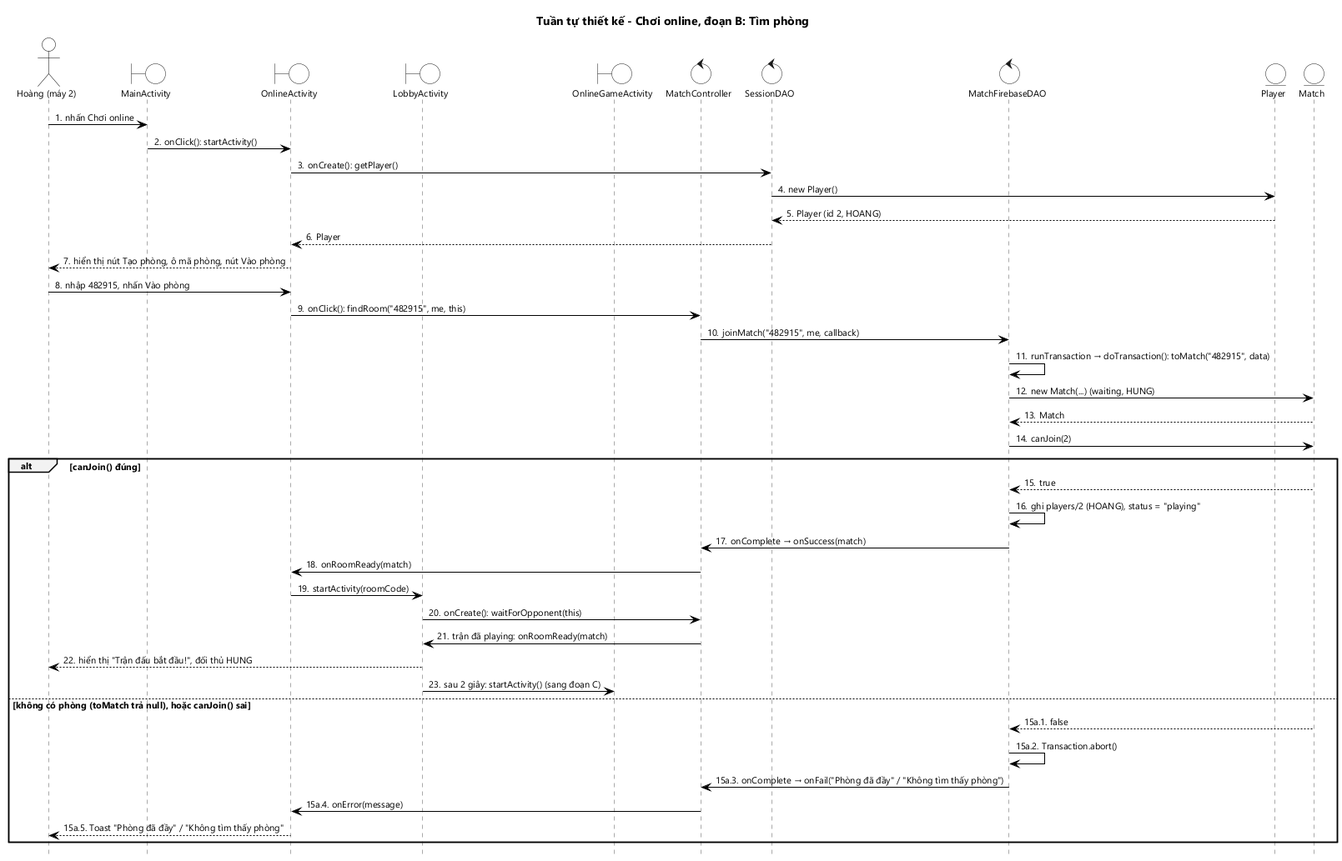
This is docs/hung/tuan-tu-thiet-ke-uc05b.png from HungNguyenBa1811/math-dash, a PlantUML export, as it was before one commit.
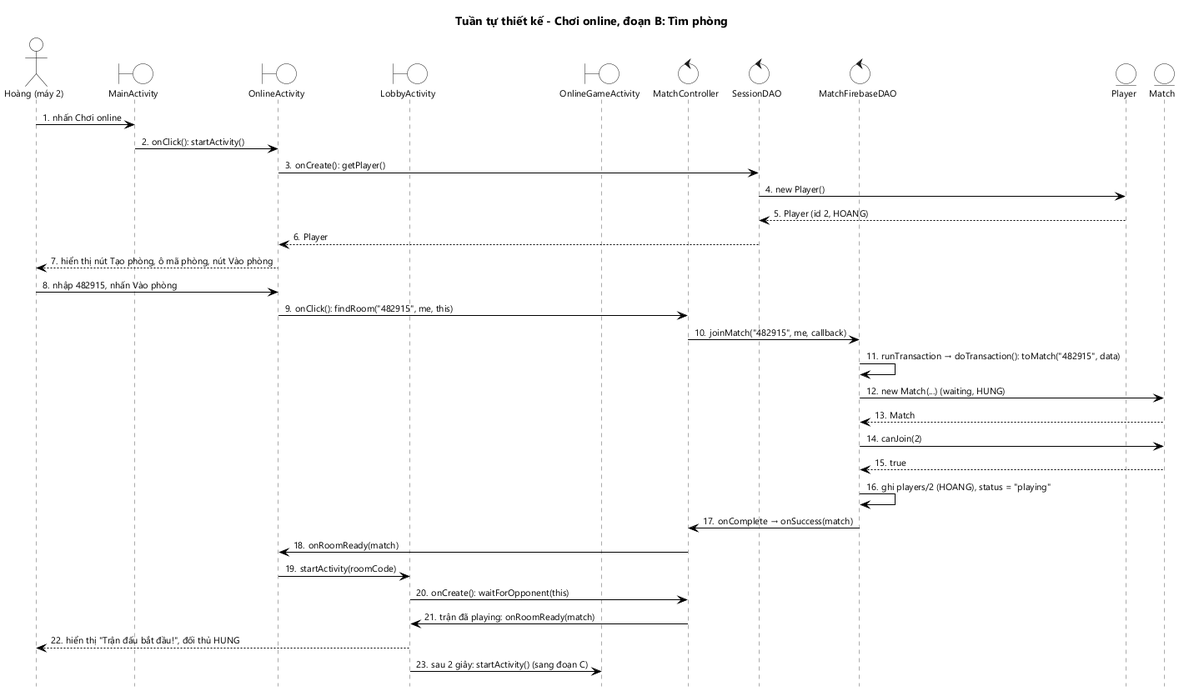
The same diagram one commit later.

The edit, as a diff of the source:
```diff
@@ -27,23 +27,13 @@
 MFD -> M : new Match(...) (waiting, HUNG)
 M --> MFD : Match
 MFD -> M : canJoin(2)
-alt canJoin() đúng
-  M --> MFD : true
-  MFD -> MFD : ghi players/2 (HOANG), status = "playing"
-  MFD -> MC : onComplete → onSuccess(match)
-  MC -> OA : onRoomReady(match)
-  OA -> LA : startActivity(roomCode)
-  LA -> MC : onCreate(): waitForOpponent(this)
-  MC -> LA : trận đã playing: onRoomReady(match)
-  LA --> U : hiển thị "Trận đấu bắt đầu!", đối thủ HUNG
-  LA -> GA : sau 2 giây: startActivity() (sang đoạn C)
-else không có phòng (toMatch trả null), hoặc canJoin() sai
-  autonumber stop
-  M --> MFD : 15a.1. false
-  MFD -> MFD : 15a.2. Transaction.abort()
-  MFD -> MC : 15a.3. onComplete → onFail("Phòng đã đầy" / "Không tìm thấy phòng")
-  MC -> OA : 15a.4. onError(message)
-  OA --> U : 15a.5. Toast "Phòng đã đầy" / "Không tìm thấy phòng"
-  autonumber resume
-end
+M --> MFD : true
+MFD -> MFD : ghi players/2 (HOANG), status = "playing"
+MFD -> MC : onComplete → onSuccess(match)
+MC -> OA : onRoomReady(match)
+OA -> LA : startActivity(roomCode)
+LA -> MC : onCreate(): waitForOpponent(this)
+MC -> LA : trận đã playing: onRoomReady(match)
+LA --> U : hiển thị "Trận đấu bắt đầu!", đối thủ HUNG
+LA -> GA : sau 2 giây: startActivity() (sang đoạn C)
 @enduml
```
